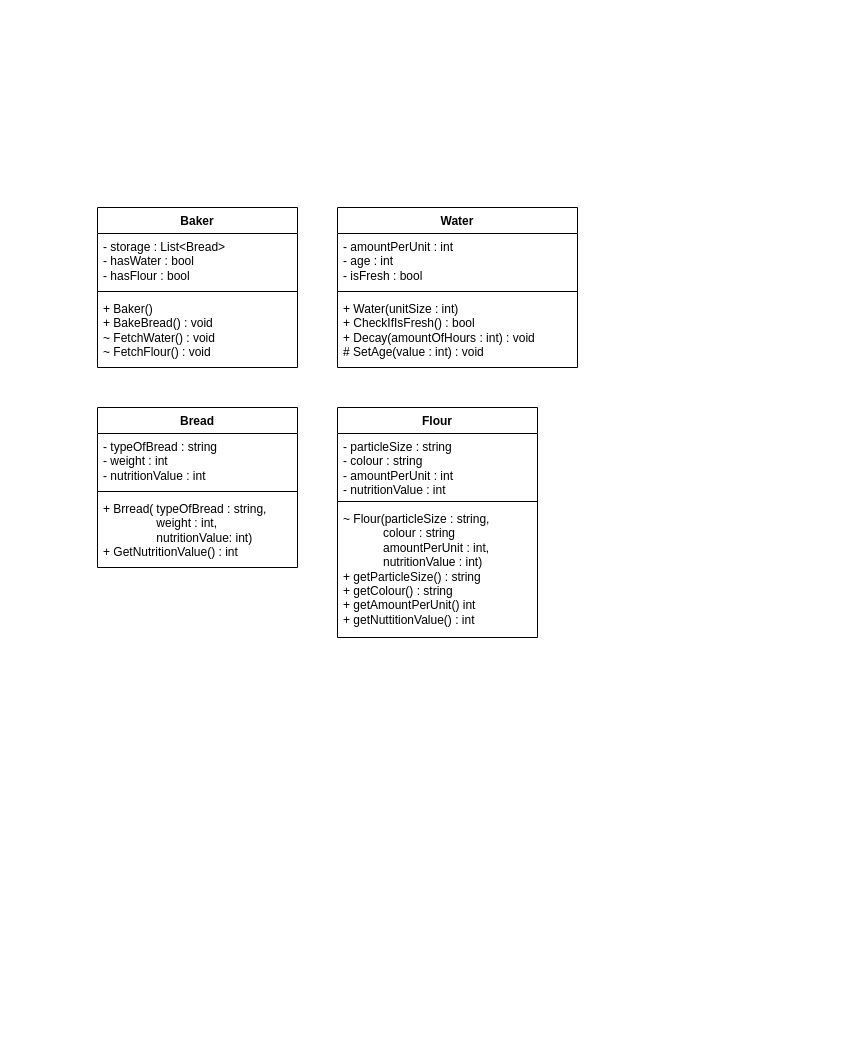
Before: Klassendiagramm.drawio in RLuederitz/Brot, a draw.io diagram. Source tidied: cells renumbered, new cells numbered last; positions are measured from the earlier drawing's top-left corner, leaving out a move shared by most shapes. Both pictures are drawn from the tidied source at 100%, with x=0, y=0 at pixel (97, 207).
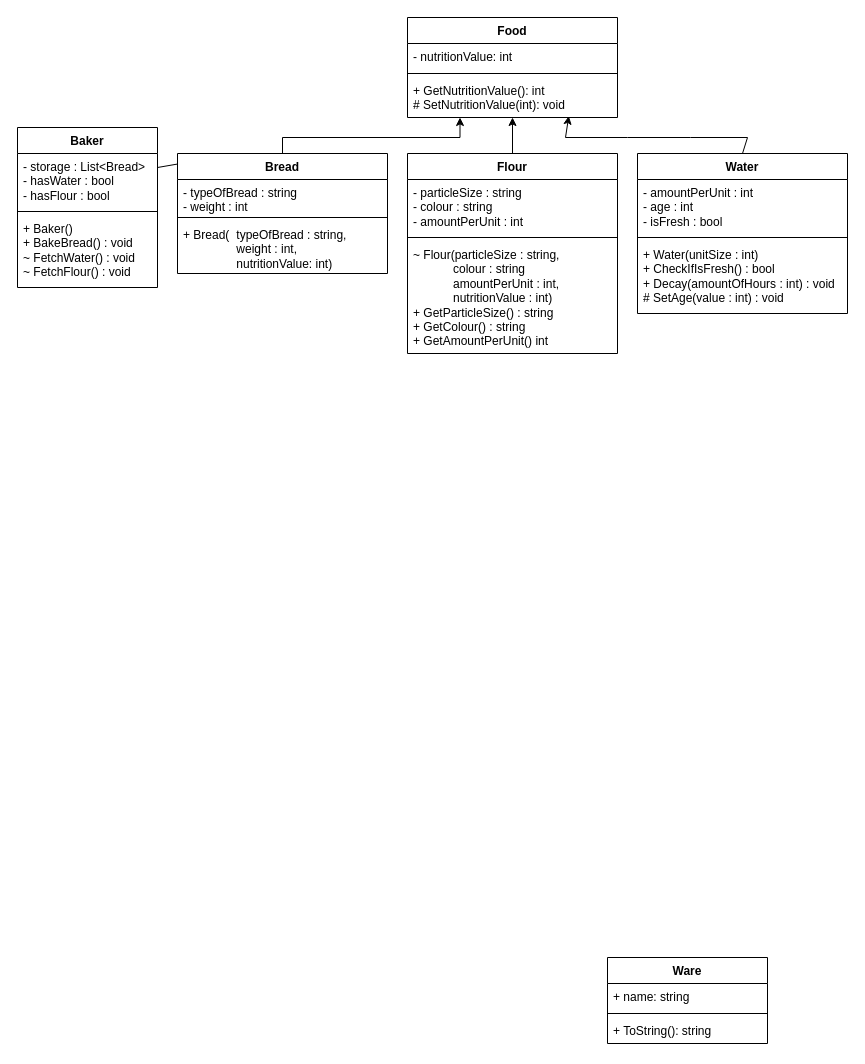
After the change.

Commit message (it also covers changes not shown here):
- fixed a typo in Flour.GetMethods - added Food class to class diagram

The edit, as a diff of the source:
```diff
@@
     <mxCell id="2" value="Baker" style="swimlane;fontStyle=1;align=center;verticalAlign=top;horizontal=1;startSize=26;whiteSpace=wrap;html=1;" parent="1" vertex="1">
-      <mxGeometry width="200" height="160" as="geometry" />
+      <mxGeometry x="-80" y="-80" width="140" height="160" as="geometry" />
     </mxCell>
     <mxCell id="3" value="- storage : List&amp;lt;Bread&amp;gt;&lt;div&gt;- hasWater : bool&lt;/div&gt;&lt;div&gt;- hasFlour : bool&lt;/div&gt;" style="text;strokeColor=none;fillColor=none;align=left;verticalAlign=top;spacingLeft=4;spacingRight=4;overflow=hidden;whiteSpace=wrap;html=1;" parent="2" vertex="1">
-      <mxGeometry y="26" width="200" height="54" as="geometry" />
+      <mxGeometry y="26" width="140" height="54" as="geometry" />
     </mxCell>
     <mxCell id="4" style="line;strokeWidth=1;fillColor=none;align=left;verticalAlign=middle;spacingTop=-1;spacingLeft=3;spacingRight=3;labelPosition=right;strokeColor=inherit;" parent="2" vertex="1">
-      <mxGeometry y="80" width="200" height="8" as="geometry" />
+      <mxGeometry y="80" width="140" height="8" as="geometry" />
     </mxCell>
     <mxCell id="5" value="+ Baker()&lt;div&gt;+ BakeBread() : void&lt;/div&gt;&lt;div&gt;~ FetchWater()&amp;nbsp;&lt;span style=&quot;background-color: transparent; color: light-dark(rgb(0, 0, 0), rgb(255, 255, 255));&quot;&gt;: void&lt;/span&gt;&lt;/div&gt;&lt;div&gt;~ FetchFlour()&amp;nbsp;&lt;span style=&quot;background-color: transparent; color: light-dark(rgb(0, 0, 0), rgb(255, 255, 255));&quot;&gt;: void&lt;/span&gt;&lt;/div&gt;" style="text;strokeColor=none;fillColor=none;align=left;verticalAlign=top;spacingLeft=4;spacingRight=4;overflow=hidden;whiteSpace=wrap;html=1;" parent="2" vertex="1">
-      <mxGeometry y="88" width="200" height="72" as="geometry" />
+      <mxGeometry y="88" width="140" height="72" as="geometry" />
     </mxCell>
+    <mxCell id="18" style="edgeStyle=orthogonalEdgeStyle;rounded=0;jettySize=auto;html=1;entryX=0.25;entryY=1;entryDx=0;entryDy=0;" parent="1" edge="1" source="6" target="21">
+      <mxGeometry relative="1" as="geometry">
+        <Array as="points">
+          <mxPoint x="185" y="-70" />
+          <mxPoint x="363" y="-70" />
+          <mxPoint x="363" y="-90" />
+        </Array>
+      </mxGeometry>
+    </mxCell>
     <mxCell id="6" value="Bread" style="swimlane;fontStyle=1;align=center;verticalAlign=top;horizontal=1;startSize=26;whiteSpace=wrap;html=1;" parent="1" vertex="1">
-      <mxGeometry y="200" width="200" height="160" as="geometry" />
+      <mxGeometry x="80" y="-54" width="210" height="120" as="geometry" />
     </mxCell>
-    <mxCell id="7" value="- typeOfBread : string&lt;div&gt;- weight : int&lt;/div&gt;&lt;div&gt;- nutritionValue : int&lt;/div&gt;" style="text;strokeColor=none;fillColor=none;align=left;verticalAlign=top;spacingLeft=4;spacingRight=4;overflow=hidden;whiteSpace=wrap;html=1;" parent="6" vertex="1">
-      <mxGeometry y="26" width="200" height="54" as="geometry" />
+    <mxCell id="7" value="- typeOfBread : string&lt;div&gt;- weight : int&lt;/div&gt;" style="text;strokeColor=none;fillColor=none;align=left;verticalAlign=top;spacingLeft=4;spacingRight=4;overflow=hidden;whiteSpace=wrap;html=1;" parent="6" vertex="1">
+      <mxGeometry y="26" width="210" height="34" as="geometry" />
     </mxCell>
     <mxCell id="8" style="line;strokeWidth=1;fillColor=none;align=left;verticalAlign=middle;spacingTop=-1;spacingLeft=3;spacingRight=3;labelPosition=right;strokeColor=inherit;" parent="6" vertex="1">
-      <mxGeometry y="80" width="200" height="8" as="geometry" />
+      <mxGeometry y="60" width="210" height="8" as="geometry" />
     </mxCell>
-    <mxCell id="9" value="+ Brread(&lt;span style=&quot;white-space: pre;&quot;&gt;&#9;&lt;/span&gt;typeOfBread : string,&lt;div&gt;&lt;span style=&quot;white-space: pre;&quot;&gt;&#9;&lt;/span&gt;&lt;span style=&quot;white-space: pre;&quot;&gt;&#9;&lt;/span&gt;weight : int,&lt;br&gt;&lt;/div&gt;&lt;div&gt;&lt;span style=&quot;white-space: pre;&quot;&gt;&#9;&lt;/span&gt;&lt;span style=&quot;white-space: pre;&quot;&gt;&#9;&lt;/span&gt;nutritionValue: int)&lt;br&gt;&lt;/div&gt;&lt;div&gt;+ GetNutritionValue() : int&lt;/div&gt;" style="text;strokeColor=none;fillColor=none;align=left;verticalAlign=top;spacingLeft=4;spacingRight=4;overflow=hidden;whiteSpace=wrap;html=1;" parent="6" vertex="1">
-      <mxGeometry y="88" width="200" height="72" as="geometry" />
+    <mxCell id="9" value="+ Bread(&lt;span style=&quot;white-space: pre;&quot;&gt;&#9;&lt;/span&gt;typeOfBread : string,&lt;div&gt;&lt;span style=&quot;white-space: pre;&quot;&gt;&#9;&lt;/span&gt;&lt;span style=&quot;white-space: pre;&quot;&gt;&#9;&lt;/span&gt;weight : int,&lt;br&gt;&lt;/div&gt;&lt;div&gt;&lt;span style=&quot;white-space: pre;&quot;&gt;&#9;&lt;/span&gt;&lt;span style=&quot;white-space: pre;&quot;&gt;&#9;&lt;/span&gt;nutritionValue: int)&lt;/div&gt;" style="text;strokeColor=none;fillColor=none;align=left;verticalAlign=top;spacingLeft=4;spacingRight=4;overflow=hidden;whiteSpace=wrap;html=1;" parent="6" vertex="1">
+      <mxGeometry y="68" width="210" height="52" as="geometry" />
     </mxCell>
+    <mxCell id="19" style="edgeStyle=orthogonalEdgeStyle;rounded=0;jettySize=auto;html=1;entryX=0.5;entryY=1;entryDx=0;entryDy=0;" parent="1" edge="1" source="10" target="21">
+      <mxGeometry relative="1" as="geometry" />
+    </mxCell>
     <mxCell id="10" value="Flour" style="swimlane;fontStyle=1;align=center;verticalAlign=top;horizontal=1;startSize=26;whiteSpace=wrap;html=1;" parent="1" vertex="1">
-      <mxGeometry x="240" y="200" width="200" height="230" as="geometry" />
+      <mxGeometry x="310" y="-54" width="210" height="200" as="geometry" />
     </mxCell>
-    <mxCell id="11" value="- particleSize : string&lt;div&gt;- colour : string&lt;/div&gt;&lt;div&gt;- amountPerUnit : int&lt;/div&gt;&lt;div&gt;- nutritionValue : int&lt;/div&gt;" style="text;strokeColor=none;fillColor=none;align=left;verticalAlign=top;spacingLeft=4;spacingRight=4;overflow=hidden;whiteSpace=wrap;html=1;" parent="10" vertex="1">
-      <mxGeometry y="26" width="200" height="64" as="geometry" />
+    <mxCell id="11" value="- particleSize : string&lt;div&gt;- colour : string&lt;/div&gt;&lt;div&gt;- amountPerUnit : int&lt;/div&gt;" style="text;strokeColor=none;fillColor=none;align=left;verticalAlign=top;spacingLeft=4;spacingRight=4;overflow=hidden;whiteSpace=wrap;html=1;" parent="10" vertex="1">
+      <mxGeometry y="26" width="210" height="54" as="geometry" />
     </mxCell>
     <mxCell id="12" style="line;strokeWidth=1;fillColor=none;align=left;verticalAlign=middle;spacingTop=-1;spacingLeft=3;spacingRight=3;labelPosition=right;strokeColor=inherit;" parent="10" vertex="1">
-      <mxGeometry y="90" width="200" height="8" as="geometry" />
+      <mxGeometry y="80" width="210" height="8" as="geometry" />
     </mxCell>
-    <mxCell id="13" value="~ Flour(particleSize : string,&lt;div&gt;&lt;span style=&quot;white-space: pre;&quot;&gt;&#9;&lt;/span&gt;&amp;nbsp; &amp;nbsp; colour : string&lt;br&gt;&lt;/div&gt;&lt;div&gt;&lt;span style=&quot;white-space: pre;&quot;&gt;&#9;&lt;/span&gt;&amp;nbsp; &amp;nbsp; amountPerUnit : int,&lt;br&gt;&lt;/div&gt;&lt;div&gt;&lt;span style=&quot;white-space: pre;&quot;&gt;&#9;&lt;/span&gt;&amp;nbsp; &amp;nbsp; nutritionValue : int)&lt;br&gt;&lt;/div&gt;&lt;div&gt;+ getParticleSize() : string&lt;/div&gt;&lt;div&gt;+ getColour() : string&lt;/div&gt;&lt;div&gt;+ getAmountPerUnit() int&lt;/div&gt;&lt;div&gt;+ getNuttitionValue() : int&lt;/div&gt;" style="text;strokeColor=none;fillColor=none;align=left;verticalAlign=top;spacingLeft=4;spacingRight=4;overflow=hidden;whiteSpace=wrap;html=1;" parent="10" vertex="1">
-      <mxGeometry y="98" width="200" height="132" as="geometry" />
+    <mxCell id="13" value="~ Flour(particleSize : string,&lt;div&gt;&lt;span style=&quot;white-space: pre;&quot;&gt;&#9;&lt;/span&gt;&amp;nbsp; &amp;nbsp; colour : string&lt;br&gt;&lt;/div&gt;&lt;div&gt;&lt;span style=&quot;white-space: pre;&quot;&gt;&#9;&lt;/span&gt;&amp;nbsp; &amp;nbsp; amountPerUnit : int,&lt;br&gt;&lt;/div&gt;&lt;div&gt;&lt;span style=&quot;white-space: pre;&quot;&gt;&#9;&lt;/span&gt;&amp;nbsp; &amp;nbsp; nutritionValue : int)&lt;br&gt;&lt;/div&gt;&lt;div&gt;+ GetParticleSize() : string&lt;/div&gt;&lt;div&gt;+ GetColour() : string&lt;/div&gt;&lt;div&gt;+ GetAmountPerUnit() int&lt;/div&gt;" style="text;strokeColor=none;fillColor=none;align=left;verticalAlign=top;spacingLeft=4;spacingRight=4;overflow=hidden;whiteSpace=wrap;html=1;" parent="10" vertex="1">
+      <mxGeometry y="88" width="210" height="112" as="geometry" />
     </mxCell>
     <mxCell id="14" value="Water" style="swimlane;fontStyle=1;align=center;verticalAlign=top;horizontal=1;startSize=26;whiteSpace=wrap;html=1;" parent="1" vertex="1">
-      <mxGeometry x="240" width="240" height="160" as="geometry" />
+      <mxGeometry x="540" y="-54" width="210" height="160" as="geometry" />
     </mxCell>
     <mxCell id="15" value="- amountPerUnit : int&lt;div&gt;- age : int&lt;/div&gt;&lt;div&gt;- isFresh : bool&lt;/div&gt;" style="text;strokeColor=none;fillColor=none;align=left;verticalAlign=top;spacingLeft=4;spacingRight=4;overflow=hidden;whiteSpace=wrap;html=1;" parent="14" vertex="1">
-      <mxGeometry y="26" width="240" height="54" as="geometry" />
+      <mxGeometry y="26" width="210" height="54" as="geometry" />
     </mxCell>
     <mxCell id="16" style="line;strokeWidth=1;fillColor=none;align=left;verticalAlign=middle;spacingTop=-1;spacingLeft=3;spacingRight=3;labelPosition=right;strokeColor=inherit;" parent="14" vertex="1">
-      <mxGeometry y="80" width="240" height="8" as="geometry" />
+      <mxGeometry y="80" width="210" height="8" as="geometry" />
     </mxCell>
     <mxCell id="17" value="+ Water(unitSize : int)&lt;div&gt;+ CheckIfIsFresh() : bool&lt;/div&gt;&lt;div&gt;+ Decay(amountOfHours : int) : void&lt;/div&gt;&lt;div&gt;# SetAge(value : int) : void&lt;/div&gt;" style="text;strokeColor=none;fillColor=none;align=left;verticalAlign=top;spacingLeft=4;spacingRight=4;overflow=hidden;whiteSpace=wrap;html=1;" parent="14" vertex="1">
-      <mxGeometry y="88" width="240" height="72" as="geometry" />
+      <mxGeometry y="88" width="210" height="72" as="geometry" />
     </mxCell>
+    <mxCell id="20" style="endArrow=none;html=1;rounded=0;exitX=1;exitY=0.25;exitDx=0;exitDy=0;entryX=0;entryY=0.088;entryDx=0;entryDy=0;entryPerimeter=0;" parent="1" edge="1" source="2" target="6">
+      <mxGeometry relative="1" as="geometry" />
+    </mxCell>
+    <mxCell id="21" value="Food" style="swimlane;fontStyle=1;align=center;verticalAlign=top;horizontal=1;startSize=26;whiteSpace=wrap;html=1;" parent="1" vertex="1">
+      <mxGeometry x="310" y="-190" width="210" height="100" as="geometry" />
+    </mxCell>
+    <mxCell id="22" value="- nutritionValue: int" style="text;strokeColor=none;fillColor=none;align=left;verticalAlign=top;spacingLeft=4;spacingRight=4;overflow=hidden;whiteSpace=wrap;html=1;" parent="21" vertex="1">
+      <mxGeometry y="26" width="210" height="26" as="geometry" />
+    </mxCell>
+    <mxCell id="23" style="line;strokeWidth=1;fillColor=none;align=left;verticalAlign=middle;spacingTop=-1;spacingLeft=3;spacingRight=3;labelPosition=right;strokeColor=inherit;" parent="21" vertex="1">
+      <mxGeometry y="52" width="210" height="8" as="geometry" />
+    </mxCell>
+    <mxCell id="24" value="+ GetNutritionValue(): int&lt;div&gt;# SetNutritionValue(int): void&lt;/div&gt;" style="text;strokeColor=none;fillColor=none;align=left;verticalAlign=top;spacingLeft=4;spacingRight=4;overflow=hidden;points=[[0,0.5],[1,0.5]];portConstraint=eastwest;whiteSpace=wrap;html=1;" parent="21" vertex="1">
+      <mxGeometry y="60" width="210" height="40" as="geometry" />
+    </mxCell>
+    <mxCell id="25" value="Ware" style="swimlane;fontStyle=1;align=center;verticalAlign=top;horizontal=1;startSize=26;whiteSpace=wrap;html=1;" parent="1" vertex="1">
+      <mxGeometry x="510" y="750" width="160" height="86" as="geometry" />
+    </mxCell>
+    <mxCell id="26" value="+ name: string" style="text;strokeColor=none;fillColor=none;align=left;verticalAlign=top;spacingLeft=4;spacingRight=4;overflow=hidden;whiteSpace=wrap;html=1;" parent="25" vertex="1">
+      <mxGeometry y="26" width="160" height="26" as="geometry" />
+    </mxCell>
+    <mxCell id="27" style="line;strokeWidth=1;fillColor=none;align=left;verticalAlign=middle;spacingTop=-1;spacingLeft=3;spacingRight=3;labelPosition=right;strokeColor=inherit;" parent="25" vertex="1">
+      <mxGeometry y="52" width="160" height="8" as="geometry" />
+    </mxCell>
+    <mxCell id="28" value="+ ToString(): string" style="text;strokeColor=none;fillColor=none;align=left;verticalAlign=top;spacingLeft=4;spacingRight=4;overflow=hidden;whiteSpace=wrap;html=1;" parent="25" vertex="1">
+      <mxGeometry y="60" width="160" height="26" as="geometry" />
+    </mxCell>
+    <mxCell id="29" style="endArrow=classic;html=1;rounded=0;exitX=0.5;exitY=0;exitDx=0;exitDy=0;entryX=0.768;entryY=0.964;entryDx=0;entryDy=0;entryPerimeter=0;" parent="1" edge="1" source="14" target="24">
+      <mxGeometry relative="1" as="geometry">
+        <Array as="points">
+          <mxPoint x="650" y="-70" />
+          <mxPoint x="593" y="-70" />
+          <mxPoint x="530" y="-70" />
+          <mxPoint x="468" y="-70" />
+        </Array>
+      </mxGeometry>
+    </mxCell>
```
